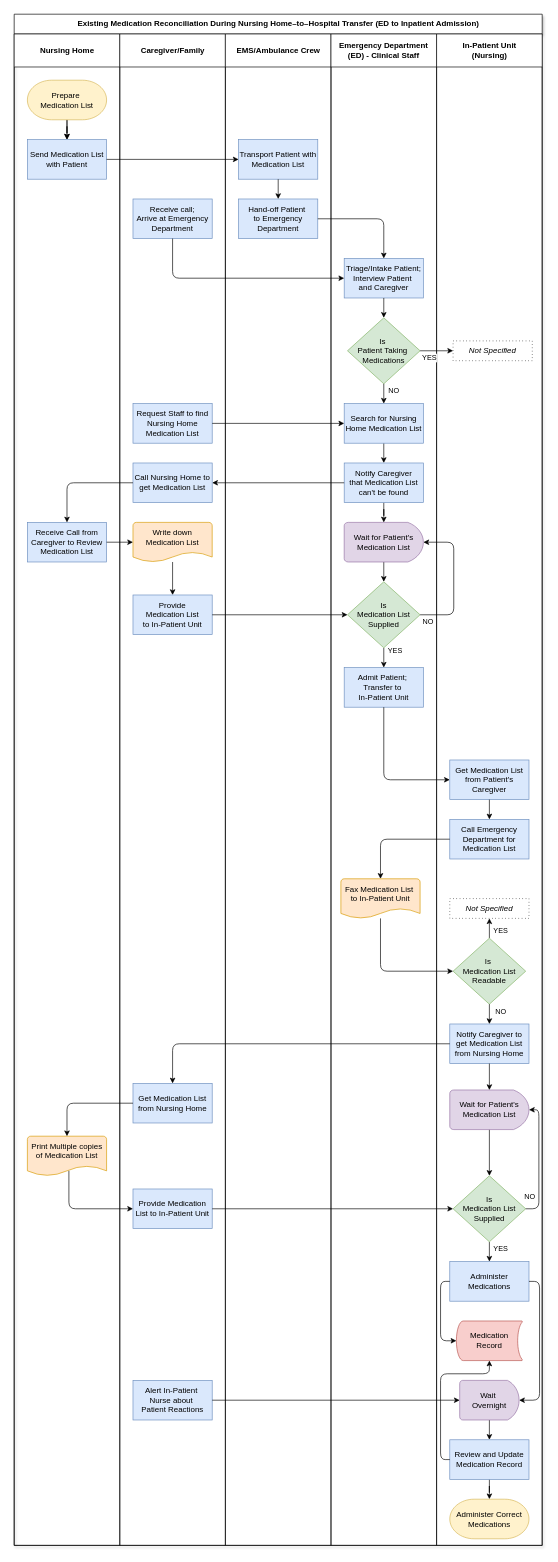
The draw.io diagram Process Chart.drawio in melmirasol/Case-Problem-6.2, before the edit. Source tidied: cells renumbered, new cells numbered last; positions are measured from the earlier drawing's top-left corner, leaving out a move shared by most shapes. Both pictures are drawn from the tidied source at 66%, with x=0, y=0 at pixel (14, 14).
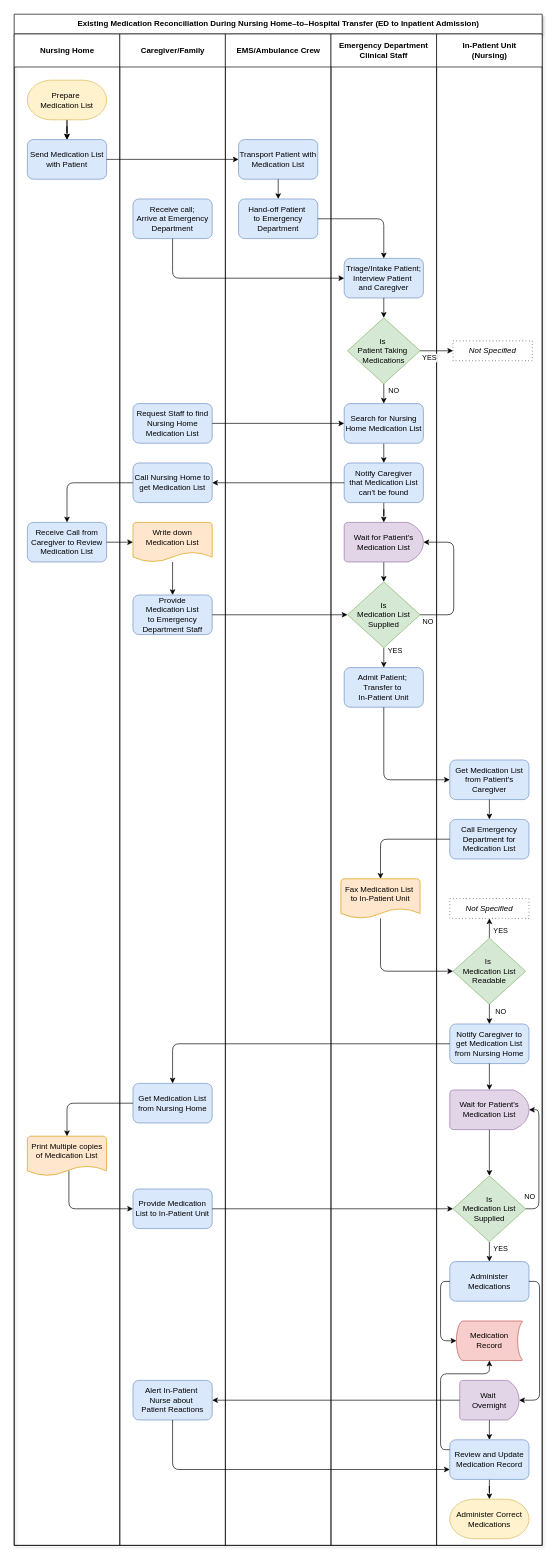
The same page after the edit.

The change refers to these unchanged cells:
```xml
<mxCell id="2" value="Existing Medication Reconciliation During Nursing Home–to–Hospital Transfer (ED to Inpatient Admission)" style="swimlane;startSize=30;html=1;shadow=1;" parent="1" vertex="1">
  <mxGeometry width="800" height="2320" as="geometry" />
</mxCell>
<mxCell id="3" value="Nursing Home" style="swimlane;startSize=50;html=1;" parent="2" vertex="1">
  <mxGeometry y="30" width="160" height="2290" as="geometry" />
</mxCell>
<mxCell id="10" value="Caregiver/Family" style="swimlane;startSize=50;html=1;" parent="2" vertex="1">
  <mxGeometry x="160" y="30" width="160" height="2290" as="geometry" />
</mxCell>
<mxCell id="20" value="EMS/Ambulance Crew" style="swimlane;startSize=50;html=1;" parent="2" vertex="1">
  <mxGeometry x="320" y="30" width="160" height="2290" as="geometry" />
</mxCell>
<mxCell id="42" value="In-Patient Unit&lt;div&gt;(Nursing)&lt;/div&gt;" style="swimlane;startSize=50;html=1;" parent="2" vertex="1">
  <mxGeometry x="640" y="30" width="160" height="2290" as="geometry" />
</mxCell>
<mxCell id="63" value="Medication Record" style="strokeWidth=1;html=1;shape=mxgraph.flowchart.stored_data;whiteSpace=wrap;fillColor=#f8cecc;strokeColor=#b85450;" parent="42" vertex="1">
  <mxGeometry x="30" y="1950" width="100" height="60" as="geometry" />
</mxCell>
<mxCell id="67" value="Wait&amp;nbsp;&lt;div&gt;Overnight&lt;/div&gt;" style="strokeWidth=1;html=1;shape=mxgraph.flowchart.delay;whiteSpace=wrap;fillColor=#e1d5e7;strokeColor=#9673a6;" parent="42" vertex="1">
  <mxGeometry x="35" y="2040" width="90" height="60" as="geometry" />
</mxCell>
```

What changed in the source:
```diff
@@
-    <mxCell id="4" value="Send Medication List with Patient" style="rounded=0;whiteSpace=wrap;html=1;fillColor=#dae8fc;strokeColor=#6c8ebf;" parent="3" vertex="1">
+    <mxCell id="4" value="Send Medication List with Patient" style="rounded=1;whiteSpace=wrap;html=1;fillColor=#dae8fc;strokeColor=#6c8ebf;" parent="3" vertex="1">
       <mxGeometry x="20" y="160" width="120" height="60" as="geometry" />
     </mxCell>
@@
-    <mxCell id="6" value="Receive Call from Caregiver to Review Medication List" style="rounded=0;whiteSpace=wrap;html=1;fillColor=#dae8fc;strokeColor=#6c8ebf;" parent="3" vertex="1">
+    <mxCell id="6" value="Receive Call from Caregiver to Review Medication List" style="rounded=1;whiteSpace=wrap;html=1;fillColor=#dae8fc;strokeColor=#6c8ebf;" parent="3" vertex="1">
       <mxGeometry x="20" y="740" width="120" height="60" as="geometry" />
     </mxCell>
@@
-    <mxCell id="11" value="Receive call;&lt;div&gt;Arrive at&amp;nbsp;&lt;span style=&quot;background-color: transparent; color: light-dark(rgb(0, 0, 0), rgb(255, 255, 255));&quot;&gt;Emergency Department&lt;/span&gt;&lt;/div&gt;" style="rounded=0;whiteSpace=wrap;html=1;fillColor=#dae8fc;strokeColor=#6c8ebf;" parent="10" vertex="1">
+    <mxCell id="11" value="Receive call;&lt;div&gt;Arrive at&amp;nbsp;&lt;span style=&quot;background-color: transparent; color: light-dark(rgb(0, 0, 0), rgb(255, 255, 255));&quot;&gt;Emergency Department&lt;/span&gt;&lt;/div&gt;" style="rounded=1;whiteSpace=wrap;html=1;fillColor=#dae8fc;strokeColor=#6c8ebf;" parent="10" vertex="1">
       <mxGeometry x="20" y="250" width="120" height="60" as="geometry" />
     </mxCell>
-    <mxCell id="12" value="&lt;span style=&quot;background-color: transparent; color: light-dark(rgb(0, 0, 0), rgb(255, 255, 255));&quot;&gt;Request Staff to find Nursing Home Medication List&lt;/span&gt;" style="rounded=0;whiteSpace=wrap;html=1;fillColor=#dae8fc;strokeColor=#6c8ebf;" parent="10" vertex="1">
+    <mxCell id="12" value="&lt;span style=&quot;background-color: transparent; color: light-dark(rgb(0, 0, 0), rgb(255, 255, 255));&quot;&gt;Request Staff to find Nursing Home Medication List&lt;/span&gt;" style="rounded=1;whiteSpace=wrap;html=1;fillColor=#dae8fc;strokeColor=#6c8ebf;" parent="10" vertex="1">
       <mxGeometry x="20" y="560" width="120" height="60" as="geometry" />
     </mxCell>
-    <mxCell id="13" value="Call Nursing Home to get&amp;nbsp;&lt;span style=&quot;background-color: transparent; color: light-dark(rgb(0, 0, 0), rgb(255, 255, 255));&quot;&gt;Medication List&lt;/span&gt;" style="rounded=0;whiteSpace=wrap;html=1;fillColor=#dae8fc;strokeColor=#6c8ebf;" parent="10" vertex="1">
+    <mxCell id="13" value="Call Nursing Home to get&amp;nbsp;&lt;span style=&quot;background-color: transparent; color: light-dark(rgb(0, 0, 0), rgb(255, 255, 255));&quot;&gt;Medication List&lt;/span&gt;" style="rounded=1;whiteSpace=wrap;html=1;fillColor=#dae8fc;strokeColor=#6c8ebf;" parent="10" vertex="1">
       <mxGeometry x="20" y="650" width="120" height="60" as="geometry" />
     </mxCell>
-    <mxCell id="14" value="Get Medication List from Nursing Home" style="rounded=0;whiteSpace=wrap;html=1;fillColor=#dae8fc;strokeColor=#6c8ebf;" parent="10" vertex="1">
+    <mxCell id="14" value="Get Medication List from Nursing Home" style="rounded=1;whiteSpace=wrap;html=1;fillColor=#dae8fc;strokeColor=#6c8ebf;" parent="10" vertex="1">
       <mxGeometry x="20" y="1590" width="120" height="60" as="geometry" />
     </mxCell>
-    <mxCell id="15" value="Provide Medication List to&amp;nbsp;&lt;span style=&quot;background-color: transparent; color: light-dark(rgb(0, 0, 0), rgb(255, 255, 255));&quot;&gt;In-Patient Unit&lt;/span&gt;" style="rounded=0;whiteSpace=wrap;html=1;fillColor=#dae8fc;strokeColor=#6c8ebf;" parent="10" vertex="1">
+    <mxCell id="15" value="Provide Medication List to&amp;nbsp;&lt;span style=&quot;background-color: transparent; color: light-dark(rgb(0, 0, 0), rgb(255, 255, 255));&quot;&gt;In-Patient Unit&lt;/span&gt;" style="rounded=1;whiteSpace=wrap;html=1;fillColor=#dae8fc;strokeColor=#6c8ebf;" parent="10" vertex="1">
       <mxGeometry x="20" y="1750" width="120" height="60" as="geometry" />
     </mxCell>
-    <mxCell id="16" value="Alert In-Patient&amp;nbsp;&lt;div&gt;Nurse about&amp;nbsp;&lt;/div&gt;&lt;div&gt;Patient Reactions&lt;/div&gt;" style="whiteSpace=wrap;html=1;fillColor=#dae8fc;strokeColor=#6c8ebf;rounded=0;" parent="10" vertex="1">
+    <mxCell id="16" value="Alert In-Patient&amp;nbsp;&lt;div&gt;Nurse about&amp;nbsp;&lt;/div&gt;&lt;div&gt;Patient Reactions&lt;/div&gt;" style="whiteSpace=wrap;html=1;fillColor=#dae8fc;strokeColor=#6c8ebf;rounded=1;" parent="10" vertex="1">
       <mxGeometry x="20" y="2040" width="120" height="60" as="geometry" />
     </mxCell>
@@
-    <mxCell id="19" value="&lt;span style=&quot;background-color: transparent; color: light-dark(rgb(0, 0, 0), rgb(255, 255, 255));&quot;&gt;Provide&lt;/span&gt;&lt;div&gt;Medication List&lt;/div&gt;&lt;div&gt;to In-Patient Unit&lt;/div&gt;" style="rounded=0;whiteSpace=wrap;html=1;fillColor=#dae8fc;strokeColor=#6c8ebf;" parent="10" vertex="1">
+    <mxCell id="19" value="&lt;span style=&quot;background-color: transparent; color: light-dark(rgb(0, 0, 0), rgb(255, 255, 255));&quot;&gt;Provide&lt;/span&gt;&lt;div&gt;Medication List&lt;/div&gt;&lt;div&gt;to Emergency Department Staff&lt;/div&gt;" style="rounded=1;whiteSpace=wrap;html=1;fillColor=#dae8fc;strokeColor=#6c8ebf;" parent="10" vertex="1">
       <mxGeometry x="20" y="850" width="120" height="60" as="geometry" />
     </mxCell>
@@
-    <mxCell id="21" value="Transport Patient with Medication List" style="rounded=0;whiteSpace=wrap;html=1;fillColor=#dae8fc;strokeColor=#6c8ebf;" parent="20" vertex="1">
+    <mxCell id="21" value="Transport Patient with Medication List" style="rounded=1;whiteSpace=wrap;html=1;fillColor=#dae8fc;strokeColor=#6c8ebf;" parent="20" vertex="1">
       <mxGeometry x="20" y="160" width="120" height="60" as="geometry" />
     </mxCell>
-    <mxCell id="22" value="Hand-off Patient&amp;nbsp;&lt;div&gt;to Emergency Department&lt;/div&gt;" style="rounded=0;whiteSpace=wrap;html=1;fillColor=#dae8fc;strokeColor=#6c8ebf;gradientColor=none;labelBorderColor=none;" parent="20" vertex="1">
+    <mxCell id="22" value="Hand-off Patient&amp;nbsp;&lt;div&gt;to Emergency Department&lt;/div&gt;" style="rounded=1;whiteSpace=wrap;html=1;fillColor=#dae8fc;strokeColor=#6c8ebf;labelBorderColor=none;" parent="20" vertex="1">
       <mxGeometry x="20" y="250" width="120" height="60" as="geometry" />
     </mxCell>
@@
-    <mxCell id="24" value="Emergency Department (ED) -&amp;nbsp;&lt;span style=&quot;background-color: transparent; color: light-dark(rgb(0, 0, 0), rgb(255, 255, 255));&quot;&gt;Clinical&amp;nbsp;Staff&lt;/span&gt;" style="swimlane;startSize=50;html=1;whiteSpace=wrap;" parent="2" vertex="1">
+    <mxCell id="24" value="Emergency Department &lt;span style=&quot;background-color: transparent; color: light-dark(rgb(0, 0, 0), rgb(255, 255, 255));&quot;&gt;Clinical&amp;nbsp;Staff&lt;/span&gt;" style="swimlane;startSize=50;html=1;whiteSpace=wrap;" parent="2" vertex="1">
       <mxGeometry x="480" y="30" width="160" height="2290" as="geometry" />
     </mxCell>
-    <mxCell id="25" value="Triage/Intake Patient; Interview Patient&amp;nbsp;&lt;div&gt;and Caregiver&lt;/div&gt;" style="rounded=0;whiteSpace=wrap;html=1;fillColor=#dae8fc;strokeColor=#6c8ebf;" parent="24" vertex="1">
+    <mxCell id="25" value="Triage/Intake Patient; Interview Patient&amp;nbsp;&lt;div&gt;and Caregiver&lt;/div&gt;" style="rounded=1;whiteSpace=wrap;html=1;fillColor=#dae8fc;strokeColor=#6c8ebf;" parent="24" vertex="1">
       <mxGeometry x="20" y="340" width="120" height="60" as="geometry" />
     </mxCell>
@@
-    <mxCell id="29" value="Search for Nursing Home Medication List" style="rounded=0;whiteSpace=wrap;html=1;fillColor=#dae8fc;strokeColor=#6c8ebf;" parent="24" vertex="1">
+    <mxCell id="29" value="Search for Nursing Home Medication List" style="rounded=1;whiteSpace=wrap;html=1;fillColor=#dae8fc;strokeColor=#6c8ebf;" parent="24" vertex="1">
       <mxGeometry x="20" y="560" width="120" height="60" as="geometry" />
     </mxCell>
@@
-    <mxCell id="31" value="&lt;span style=&quot;background-color: transparent; color: light-dark(rgb(0, 0, 0), rgb(255, 255, 255));&quot;&gt;Admit Patient;&amp;nbsp;&lt;/span&gt;&lt;div&gt;&lt;span style=&quot;background-color: transparent; color: light-dark(rgb(0, 0, 0), rgb(255, 255, 255));&quot;&gt;Transfer to&amp;nbsp;&lt;/span&gt;&lt;/div&gt;&lt;div&gt;&lt;span style=&quot;background-color: transparent; color: light-dark(rgb(0, 0, 0), rgb(255, 255, 255));&quot;&gt;In-Patient Unit&lt;/span&gt;&lt;/div&gt;" style="rounded=0;whiteSpace=wrap;html=1;fillColor=#dae8fc;strokeColor=#6c8ebf;" parent="24" vertex="1">
+    <mxCell id="31" value="&lt;span style=&quot;background-color: transparent; color: light-dark(rgb(0, 0, 0), rgb(255, 255, 255));&quot;&gt;Admit Patient;&amp;nbsp;&lt;/span&gt;&lt;div&gt;&lt;span style=&quot;background-color: transparent; color: light-dark(rgb(0, 0, 0), rgb(255, 255, 255));&quot;&gt;Transfer to&amp;nbsp;&lt;/span&gt;&lt;/div&gt;&lt;div&gt;&lt;span style=&quot;background-color: transparent; color: light-dark(rgb(0, 0, 0), rgb(255, 255, 255));&quot;&gt;In-Patient Unit&lt;/span&gt;&lt;/div&gt;" style="rounded=1;whiteSpace=wrap;html=1;fillColor=#dae8fc;strokeColor=#6c8ebf;" parent="24" vertex="1">
       <mxGeometry x="20" y="960" width="120" height="60" as="geometry" />
     </mxCell>
@@
-    <mxCell id="35" value="Notify Caregiver that&amp;nbsp;&lt;span style=&quot;background-color: transparent; color: light-dark(rgb(0, 0, 0), rgb(255, 255, 255));&quot;&gt;Medication List can't be found&lt;/span&gt;" style="rounded=0;whiteSpace=wrap;html=1;fillColor=#dae8fc;strokeColor=#6c8ebf;" parent="24" vertex="1">
+    <mxCell id="35" value="Notify Caregiver that&amp;nbsp;&lt;span style=&quot;background-color: transparent; color: light-dark(rgb(0, 0, 0), rgb(255, 255, 255));&quot;&gt;Medication List can't be found&lt;/span&gt;" style="rounded=1;whiteSpace=wrap;html=1;fillColor=#dae8fc;strokeColor=#6c8ebf;" parent="24" vertex="1">
       <mxGeometry x="20" y="650" width="120" height="60" as="geometry" />
     </mxCell>
@@
-    <mxCell id="43" value="&lt;span style=&quot;background-color: transparent; color: light-dark(rgb(0, 0, 0), rgb(255, 255, 255));&quot;&gt;Get Medication List from Patient's Caregiver&lt;/span&gt;" style="rounded=0;whiteSpace=wrap;html=1;fillColor=#dae8fc;strokeColor=#6c8ebf;" parent="42" vertex="1">
+    <mxCell id="43" value="&lt;span style=&quot;background-color: transparent; color: light-dark(rgb(0, 0, 0), rgb(255, 255, 255));&quot;&gt;Get Medication List from Patient's Caregiver&lt;/span&gt;" style="rounded=1;whiteSpace=wrap;html=1;fillColor=#dae8fc;strokeColor=#6c8ebf;" parent="42" vertex="1">
       <mxGeometry x="20" y="1100" width="120" height="60" as="geometry" />
     </mxCell>
-    <mxCell id="44" value="&lt;span style=&quot;background-color: transparent; color: light-dark(rgb(0, 0, 0), rgb(255, 255, 255));&quot;&gt;Call Emergency Department for Medication List&lt;/span&gt;" style="rounded=0;whiteSpace=wrap;html=1;fillColor=#dae8fc;strokeColor=#6c8ebf;" parent="42" vertex="1">
+    <mxCell id="44" value="&lt;span style=&quot;background-color: transparent; color: light-dark(rgb(0, 0, 0), rgb(255, 255, 255));&quot;&gt;Call Emergency Department for Medication List&lt;/span&gt;" style="rounded=1;whiteSpace=wrap;html=1;fillColor=#dae8fc;strokeColor=#6c8ebf;" parent="42" vertex="1">
       <mxGeometry x="20" y="1190" width="120" height="60" as="geometry" />
     </mxCell>
@@
-    <mxCell id="49" value="&lt;span style=&quot;background-color: transparent; color: light-dark(rgb(0, 0, 0), rgb(255, 255, 255));&quot;&gt;Notify Caregiver to get Medication List from Nursing Home&lt;/span&gt;" style="rounded=0;whiteSpace=wrap;html=1;fillColor=#dae8fc;strokeColor=#6c8ebf;" parent="42" vertex="1">
+    <mxCell id="49" value="&lt;span style=&quot;background-color: transparent; color: light-dark(rgb(0, 0, 0), rgb(255, 255, 255));&quot;&gt;Notify Caregiver to get Medication List from Nursing Home&lt;/span&gt;" style="rounded=1;whiteSpace=wrap;html=1;fillColor=#dae8fc;strokeColor=#6c8ebf;" parent="42" vertex="1">
       <mxGeometry x="20" y="1500" width="120" height="60" as="geometry" />
     </mxCell>
@@
-    <mxCell id="55" value="Administer Medications" style="whiteSpace=wrap;html=1;fillColor=#dae8fc;strokeColor=#6c8ebf;rounded=0;" parent="42" vertex="1">
+    <mxCell id="55" value="Administer Medications" style="whiteSpace=wrap;html=1;fillColor=#dae8fc;strokeColor=#6c8ebf;rounded=1;" parent="42" vertex="1">
       <mxGeometry x="20" y="1860" width="120" height="60" as="geometry" />
     </mxCell>
@@
-    <mxCell id="69" value="Review and Update Medication Record" style="whiteSpace=wrap;html=1;fillColor=#dae8fc;strokeColor=#6c8ebf;rounded=0;" parent="42" vertex="1">
+    <mxCell id="69" value="Review and Update Medication Record" style="whiteSpace=wrap;html=1;fillColor=#dae8fc;strokeColor=#6c8ebf;rounded=1;" parent="42" vertex="1">
       <mxGeometry x="20" y="2130" width="120" height="60" as="geometry" />
     </mxCell>
@@
-    <mxCell id="71" style="edgeStyle=orthogonalEdgeStyle;rounded=1;jettySize=auto;html=1;exitX=0;exitY=0.5;exitDx=0;exitDy=0;entryX=0.5;entryY=1;entryDx=0;entryDy=0;entryPerimeter=0;curved=0;" parent="42" edge="1" source="69" target="63">
+    <mxCell id="71" style="edgeStyle=orthogonalEdgeStyle;rounded=1;jettySize=auto;html=1;exitX=0;exitY=0.25;exitDx=0;exitDy=0;entryX=0.5;entryY=1;entryDx=0;entryDy=0;entryPerimeter=0;curved=0;" parent="42" edge="1" source="69" target="63">
       <mxGeometry relative="1" as="geometry">
         <Array as="points">
-          <mxPoint x="6" y="2160" />
+          <mxPoint x="6" y="2145" />
           <mxPoint x="6" y="2030" />
           <mxPoint x="80" y="2030" />
         </Array>
       </mxGeometry>
     </mxCell>
@@
-    <mxCell id="89" style="edgeStyle=orthogonalEdgeStyle;rounded=0;jettySize=auto;html=1;exitX=1;exitY=0.5;exitDx=0;exitDy=0;entryX=0;entryY=0.5;entryDx=0;entryDy=0;entryPerimeter=0;" parent="2" edge="1" source="16" target="67">
-      <mxGeometry relative="1" as="geometry" />
-    </mxCell>
+    <mxCell id="90" style="edgeStyle=orthogonalEdgeStyle;rounded=0;jettySize=auto;html=1;exitX=0;exitY=0.5;exitDx=0;exitDy=0;exitPerimeter=0;" parent="2" edge="1" source="67" target="16">
+      <mxGeometry relative="1" as="geometry" />
+    </mxCell>
+    <mxCell id="91" style="edgeStyle=orthogonalEdgeStyle;rounded=1;jettySize=auto;html=1;exitX=0.5;exitY=1;exitDx=0;exitDy=0;entryX=0;entryY=0.75;entryDx=0;entryDy=0;curved=0;" parent="2" edge="1" source="16" target="69">
+      <mxGeometry relative="1" as="geometry" />
+    </mxCell>
```
